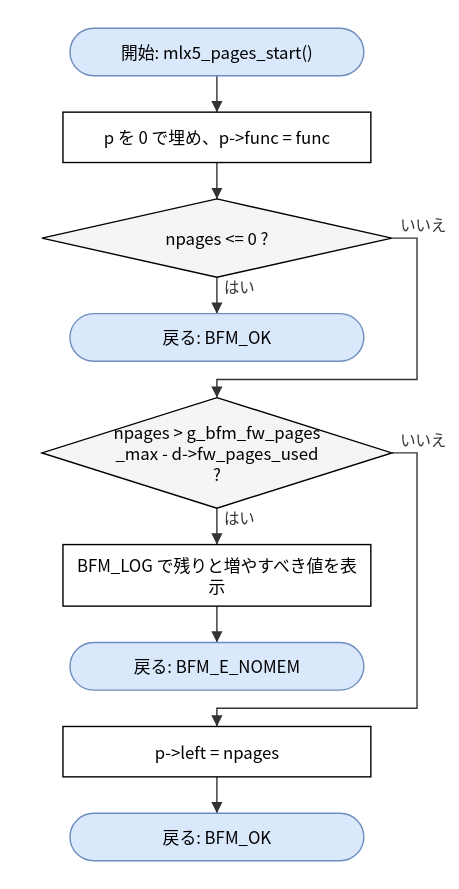
This is doc/spec/images/flow_src_mlx5_cmd-mlx5_pages_start.drawio.svg from hf355051012-ai/bfmem, a draw.io export, as it was before one commit. Source tidied: cells renumbered, new cells last; positions are measured from the earlier drawing's top-left corner, leaving out a move shared by most shapes. The source it was exported from:
```xml
<mxGraphModel>
  <root>
    <mxCell id="0" />
    <mxCell id="1" parent="0" />
    <mxCell id="2" value="開始: mlx5_pages_start()" style="rounded=1;arcSize=50;whiteSpace=wrap;html=1;fillColor=#dae8fc;strokeColor=#6c8ebf;" parent="1" vertex="1">
      <mxGeometry x="20" width="210" height="34" as="geometry" />
    </mxCell>
    <mxCell id="3" value="p を 0 で埋め、p-&amp;gt;func = func" style="rounded=0;whiteSpace=wrap;html=1;" parent="1" vertex="1">
      <mxGeometry x="15" y="60" width="220" height="36" as="geometry" />
    </mxCell>
    <mxCell id="4" value="npages &amp;lt;= 0 ?" style="rhombus;whiteSpace=wrap;html=1;fillColor=#f5f5f5;" parent="1" vertex="1">
      <mxGeometry y="122" width="250" height="56" as="geometry" />
    </mxCell>
    <mxCell id="5" value="戻る: BFM_OK" style="rounded=1;arcSize=50;whiteSpace=wrap;html=1;fillColor=#dae8fc;strokeColor=#6c8ebf;" parent="1" vertex="1">
      <mxGeometry x="20" y="204" width="210" height="34" as="geometry" />
    </mxCell>
    <mxCell id="6" value="npages &amp;gt; g_bfm_fw_pages&lt;br&gt;_max - d-&amp;gt;fw_pages_used&lt;br&gt;?" style="rhombus;whiteSpace=wrap;html=1;fillColor=#f5f5f5;" parent="1" vertex="1">
      <mxGeometry y="264" width="250" height="79" as="geometry" />
    </mxCell>
    <mxCell id="7" value="BFM_LOG で残りと増やすべき値を表&lt;br&gt;示" style="rounded=0;whiteSpace=wrap;html=1;" parent="1" vertex="1">
      <mxGeometry x="15" y="369" width="220" height="44" as="geometry" />
    </mxCell>
    <mxCell id="8" value="戻る: BFM_E_NOMEM" style="rounded=1;arcSize=50;whiteSpace=wrap;html=1;fillColor=#dae8fc;strokeColor=#6c8ebf;" parent="1" vertex="1">
      <mxGeometry x="20" y="439" width="210" height="34" as="geometry" />
    </mxCell>
    <mxCell id="9" value="p-&amp;gt;left = npages" style="rounded=0;whiteSpace=wrap;html=1;" parent="1" vertex="1">
      <mxGeometry x="15" y="499" width="220" height="36" as="geometry" />
    </mxCell>
    <mxCell id="10" value="戻る: BFM_OK" style="rounded=1;arcSize=50;whiteSpace=wrap;html=1;fillColor=#dae8fc;strokeColor=#6c8ebf;" parent="1" vertex="1">
      <mxGeometry x="20" y="561" width="210" height="34" as="geometry" />
    </mxCell>
    <mxCell id="11" style="edgeStyle=none;html=1;rounded=0;endArrow=block;endFill=1;exitX=0.5000;exitY=1.0000;exitDx=0;exitDy=0;exitPerimeter=0;entryX=0.5000;entryY=0.0000;entryDx=0;entryDy=0;entryPerimeter=0;" parent="1" edge="1" source="2" target="3">
      <mxGeometry relative="1" as="geometry" />
    </mxCell>
    <mxCell id="12" style="edgeStyle=none;html=1;rounded=0;endArrow=block;endFill=1;exitX=0.5000;exitY=1.0000;exitDx=0;exitDy=0;exitPerimeter=0;entryX=0.5000;entryY=0.0000;entryDx=0;entryDy=0;entryPerimeter=0;" parent="1" edge="1" source="3" target="4">
      <mxGeometry relative="1" as="geometry" />
    </mxCell>
    <mxCell id="13" value="はい" style="edgeStyle=none;html=1;rounded=0;endArrow=block;endFill=1;exitX=0.5000;exitY=1.0000;exitDx=0;exitDy=0;exitPerimeter=0;entryX=0.5000;entryY=0.0000;entryDx=0;entryDy=0;entryPerimeter=0;" parent="1" edge="1" source="4" target="5">
      <mxGeometry relative="1" as="geometry" />
    </mxCell>
    <mxCell id="14" value="いいえ" style="edgeStyle=none;html=1;rounded=0;endArrow=block;endFill=1;exitX=1.0000;exitY=0.5000;exitDx=0;exitDy=0;exitPerimeter=0;entryX=0.5000;entryY=0.0000;entryDx=0;entryDy=0;entryPerimeter=0;" parent="1" edge="1" source="4" target="6">
      <mxGeometry relative="1" as="geometry">
        <Array as="points">
          <mxPoint x="268" y="150" />
          <mxPoint x="268" y="251" />
          <mxPoint x="125" y="251" />
        </Array>
      </mxGeometry>
    </mxCell>
    <mxCell id="15" value="はい" style="edgeStyle=none;html=1;rounded=0;endArrow=block;endFill=1;exitX=0.5000;exitY=1.0000;exitDx=0;exitDy=0;exitPerimeter=0;entryX=0.5000;entryY=0.0000;entryDx=0;entryDy=0;entryPerimeter=0;" parent="1" edge="1" source="6" target="7">
      <mxGeometry relative="1" as="geometry" />
    </mxCell>
    <mxCell id="16" style="edgeStyle=none;html=1;rounded=0;endArrow=block;endFill=1;exitX=0.5000;exitY=1.0000;exitDx=0;exitDy=0;exitPerimeter=0;entryX=0.5000;entryY=0.0000;entryDx=0;entryDy=0;entryPerimeter=0;" parent="1" edge="1" source="7" target="8">
      <mxGeometry relative="1" as="geometry" />
    </mxCell>
    <mxCell id="17" value="いいえ" style="edgeStyle=none;html=1;rounded=0;endArrow=block;endFill=1;exitX=1.0000;exitY=0.5000;exitDx=0;exitDy=0;exitPerimeter=0;entryX=0.5000;entryY=0.0000;entryDx=0;entryDy=0;entryPerimeter=0;" parent="1" edge="1" source="6" target="9">
      <mxGeometry relative="1" as="geometry">
        <Array as="points">
          <mxPoint x="268" y="303.5" />
          <mxPoint x="268" y="486" />
          <mxPoint x="125" y="486" />
        </Array>
      </mxGeometry>
    </mxCell>
    <mxCell id="18" style="edgeStyle=none;html=1;rounded=0;endArrow=block;endFill=1;exitX=0.5000;exitY=1.0000;exitDx=0;exitDy=0;exitPerimeter=0;entryX=0.5000;entryY=0.0000;entryDx=0;entryDy=0;entryPerimeter=0;" parent="1" edge="1" source="9" target="10">
      <mxGeometry relative="1" as="geometry" />
    </mxCell>
  </root>
</mxGraphModel>
```
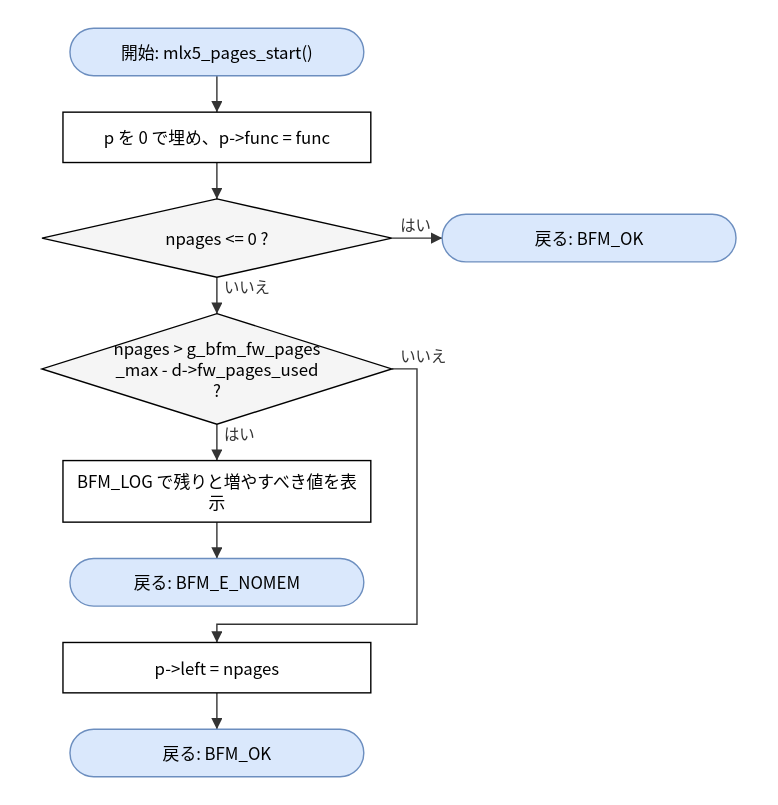
Later version of the same file.

Diff of the diagram source:
```diff
@@ -3,16 +3,16 @@
     <mxCell id="0" />
     <mxCell id="1" parent="0" />
     <mxCell id="2" value="開始: mlx5_pages_start()" style="rounded=1;arcSize=50;whiteSpace=wrap;html=1;fillColor=#dae8fc;strokeColor=#6c8ebf;" parent="1" vertex="1">
-      <mxGeometry x="20" width="210" height="34" as="geometry" />
+      <mxGeometry x="20" y="60" width="210" height="34" as="geometry" />
     </mxCell>
     <mxCell id="3" value="p を 0 で埋め、p-&amp;gt;func = func" style="rounded=0;whiteSpace=wrap;html=1;" parent="1" vertex="1">
-      <mxGeometry x="15" y="60" width="220" height="36" as="geometry" />
+      <mxGeometry x="15" y="120" width="220" height="36" as="geometry" />
     </mxCell>
     <mxCell id="4" value="npages &amp;lt;= 0 ?" style="rhombus;whiteSpace=wrap;html=1;fillColor=#f5f5f5;" parent="1" vertex="1">
-      <mxGeometry y="122" width="250" height="56" as="geometry" />
+      <mxGeometry y="182" width="250" height="56" as="geometry" />
     </mxCell>
     <mxCell id="5" value="戻る: BFM_OK" style="rounded=1;arcSize=50;whiteSpace=wrap;html=1;fillColor=#dae8fc;strokeColor=#6c8ebf;" parent="1" vertex="1">
-      <mxGeometry x="20" y="204" width="210" height="34" as="geometry" />
+      <mxGeometry x="286" y="193" width="210" height="34" as="geometry" />
     </mxCell>
     <mxCell id="6" value="npages &amp;gt; g_bfm_fw_pages&lt;br&gt;_max - d-&amp;gt;fw_pages_used&lt;br&gt;?" style="rhombus;whiteSpace=wrap;html=1;fillColor=#f5f5f5;" parent="1" vertex="1">
       <mxGeometry y="264" width="250" height="79" as="geometry" />
@@ -35,17 +35,11 @@
     <mxCell id="12" style="edgeStyle=none;html=1;rounded=0;endArrow=block;endFill=1;exitX=0.5000;exitY=1.0000;exitDx=0;exitDy=0;exitPerimeter=0;entryX=0.5000;entryY=0.0000;entryDx=0;entryDy=0;entryPerimeter=0;" parent="1" edge="1" source="3" target="4">
       <mxGeometry relative="1" as="geometry" />
     </mxCell>
-    <mxCell id="13" value="はい" style="edgeStyle=none;html=1;rounded=0;endArrow=block;endFill=1;exitX=0.5000;exitY=1.0000;exitDx=0;exitDy=0;exitPerimeter=0;entryX=0.5000;entryY=0.0000;entryDx=0;entryDy=0;entryPerimeter=0;" parent="1" edge="1" source="4" target="5">
+    <mxCell id="13" value="はい" style="edgeStyle=none;html=1;rounded=0;endArrow=block;endFill=1;exitX=1.0000;exitY=0.5000;exitDx=0;exitDy=0;exitPerimeter=0;entryX=0.0000;entryY=0.5000;entryDx=0;entryDy=0;entryPerimeter=0;" parent="1" edge="1" source="4" target="5">
       <mxGeometry relative="1" as="geometry" />
     </mxCell>
-    <mxCell id="14" value="いいえ" style="edgeStyle=none;html=1;rounded=0;endArrow=block;endFill=1;exitX=1.0000;exitY=0.5000;exitDx=0;exitDy=0;exitPerimeter=0;entryX=0.5000;entryY=0.0000;entryDx=0;entryDy=0;entryPerimeter=0;" parent="1" edge="1" source="4" target="6">
-      <mxGeometry relative="1" as="geometry">
-        <Array as="points">
-          <mxPoint x="268" y="150" />
-          <mxPoint x="268" y="251" />
-          <mxPoint x="125" y="251" />
-        </Array>
-      </mxGeometry>
+    <mxCell id="14" value="いいえ" style="edgeStyle=none;html=1;rounded=0;endArrow=block;endFill=1;exitX=0.5000;exitY=1.0000;exitDx=0;exitDy=0;exitPerimeter=0;entryX=0.5000;entryY=0.0000;entryDx=0;entryDy=0;entryPerimeter=0;" parent="1" edge="1" source="4" target="6">
+      <mxGeometry relative="1" as="geometry" />
     </mxCell>
     <mxCell id="15" value="はい" style="edgeStyle=none;html=1;rounded=0;endArrow=block;endFill=1;exitX=0.5000;exitY=1.0000;exitDx=0;exitDy=0;exitPerimeter=0;entryX=0.5000;entryY=0.0000;entryDx=0;entryDy=0;entryPerimeter=0;" parent="1" edge="1" source="6" target="7">
       <mxGeometry relative="1" as="geometry" />
```
